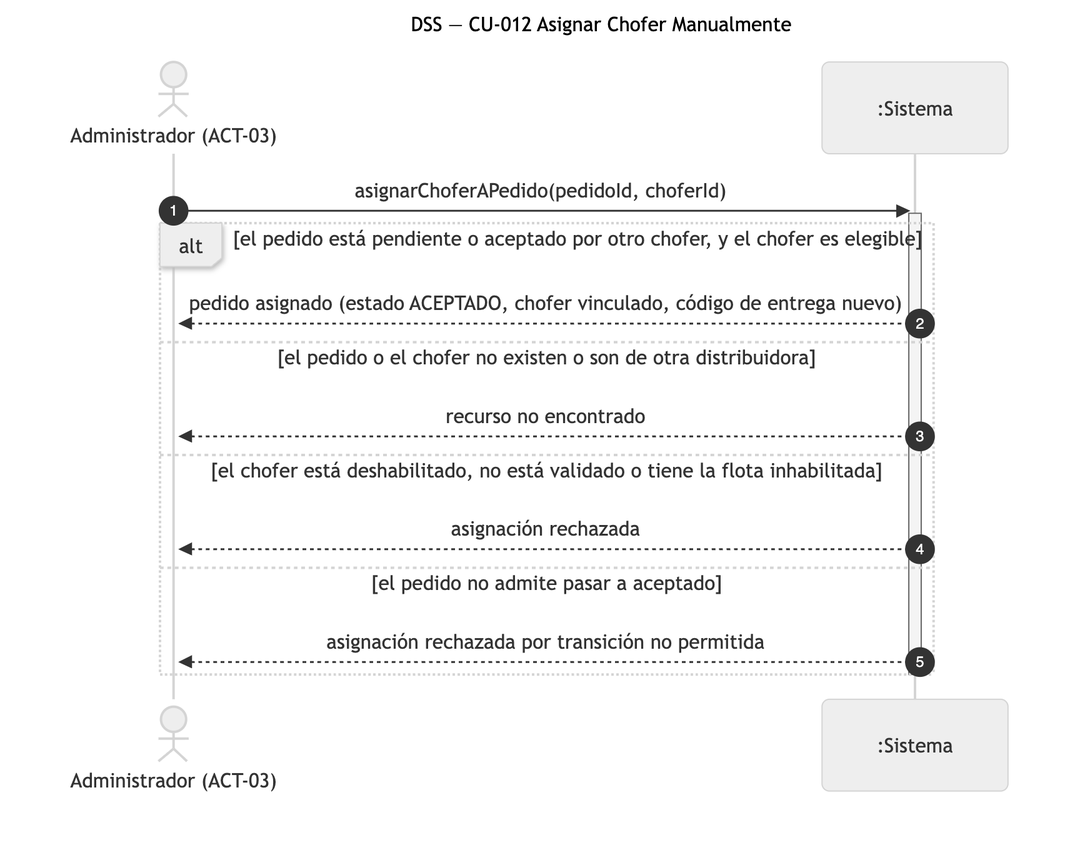
Before: diagramas/png/DSS_CU-012_Asignar-Chofer-Manualmente.png, a diagram exported from Mermaid (Nahuelito-Dev/splg-docs). Its source is kept beside it as diagramas/DSS_CU-012_Asignar-Chofer-Manualmente.mmd.
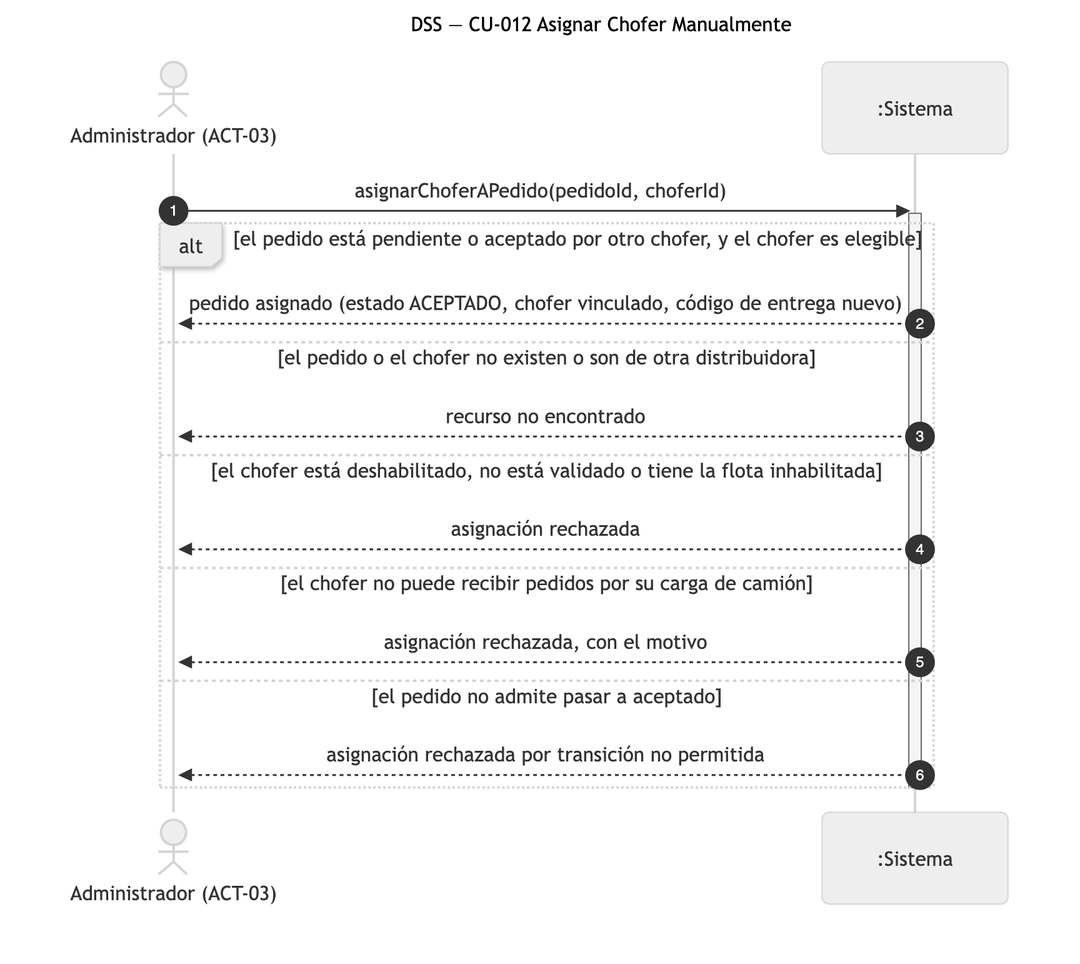
The same diagram one commit later.

Diff of the diagram source:
```diff
@@ -12,6 +12,8 @@
         SIS-->>ADM: recurso no encontrado
     else el chofer está deshabilitado, no está validado o tiene la flota inhabilitada
         SIS-->>ADM: asignación rechazada
+    else el chofer no puede recibir pedidos por su carga de camión
+        SIS-->>ADM: asignación rechazada, con el motivo
     else el pedido no admite pasar a aceptado
         SIS-->>ADM: asignación rechazada por transición no permitida
     end
```
